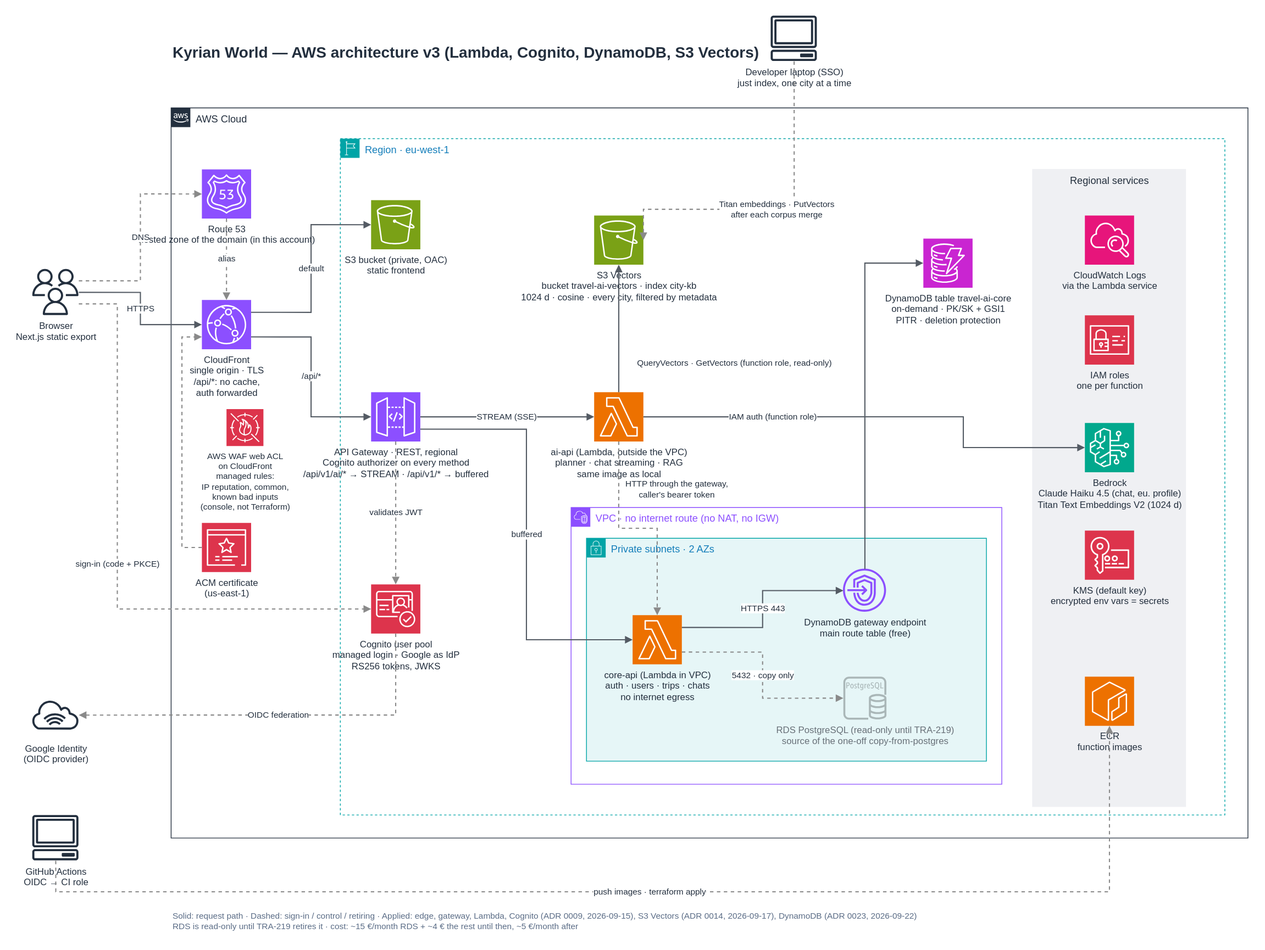
Above: docs/architecture/aws-architecture.drawio.svg in alexdesousa7/travel-ai-world (draw.io), before the change. Source tidied: cells renumbered, new cells last; positions are measured from the earlier drawing's top-left corner, leaving out a move shared by most shapes.
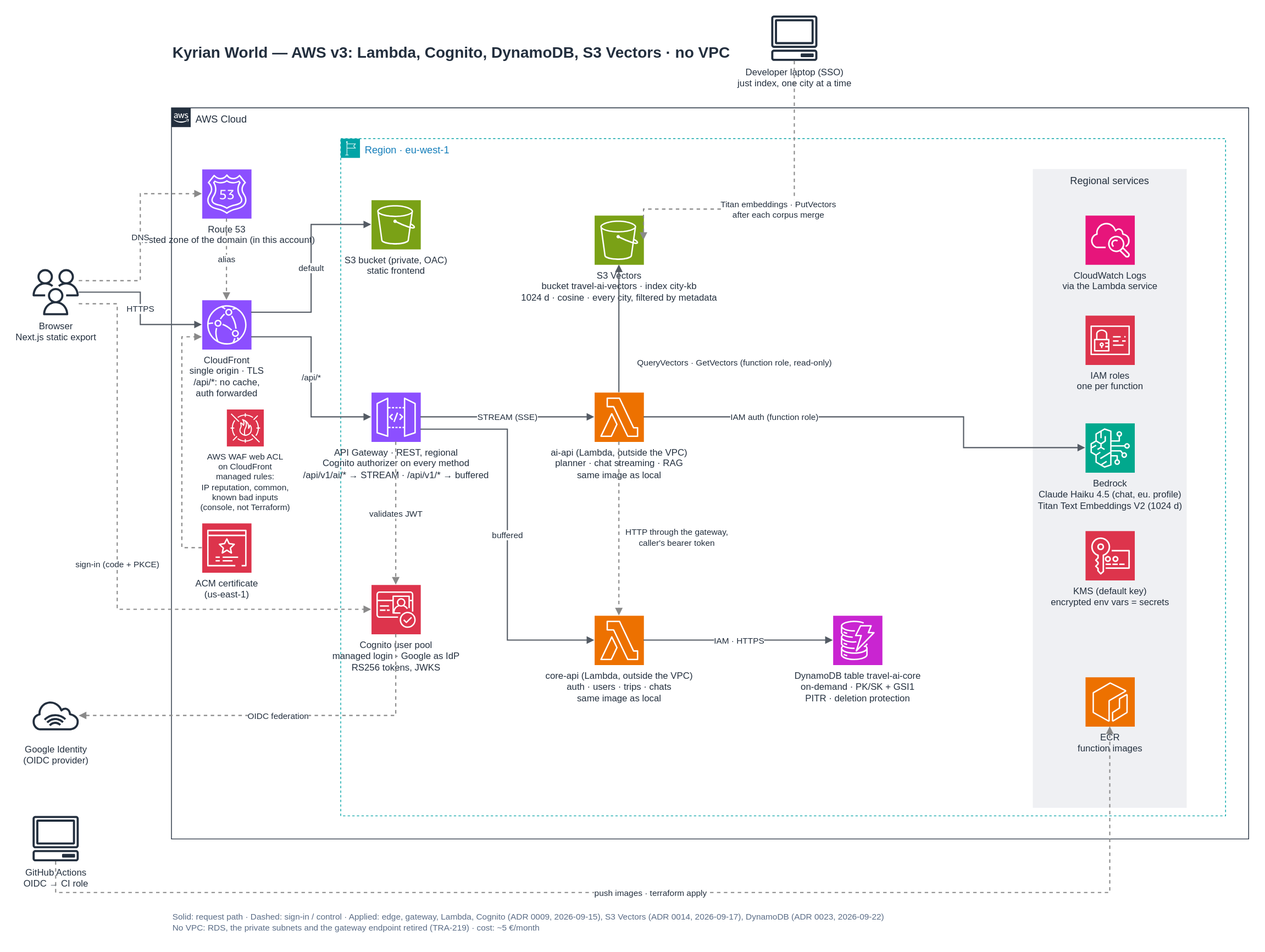
The same diagram one commit later.

Diff of the diagram source:
```diff
@@ -38,21 +38,9 @@
     <mxCell id="13" value="ai-api (Lambda, outside the VPC)&lt;br&gt;planner · chat streaming · RAG&lt;br&gt;same image as local" style="sketch=0;points=[[0,0,0],[0.25,0,0],[0.5,0,0],[0.75,0,0],[1,0,0],[0,1,0],[0.25,1,0],[0.5,1,0],[0.75,1,0],[1,1,0],[0,0.25,0],[0,0.5,0],[0,0.75,0],[1,0.25,0],[1,0.5,0],[1,0.75,0]];outlineConnect=0;fontColor=#232F3E;fillColor=#ED7100;strokeColor=#ffffff;dashed=0;verticalLabelPosition=bottom;verticalAlign=top;align=center;html=1;fontSize=12;fontStyle=0;shape=mxgraph.aws4.resourceIcon;resIcon=mxgraph.aws4.lambda;" parent="9" vertex="1">
       <mxGeometry x="330" y="330" width="64" height="64" as="geometry" />
     </mxCell>
-    <mxCell id="14" value="VPC · no internet route (no NAT, no IGW)" style="gradientColor=none;html=1;whiteSpace=wrap;fontSize=13;fontStyle=0;shape=mxgraph.aws4.group;grIcon=mxgraph.aws4.group_vpc2;verticalAlign=top;align=left;spacingLeft=30;strokeColor=#8C4FFF;fillColor=none;fontColor=#8C4FFF;dashed=0;" parent="9" vertex="1">
-      <mxGeometry x="300" y="480" width="560" height="360" as="geometry" />
-    </mxCell>
-    <mxCell id="15" value="Private subnets · 2 AZs" style="gradientColor=none;html=1;whiteSpace=wrap;fontSize=13;fontStyle=0;shape=mxgraph.aws4.group;grIcon=mxgraph.aws4.group_security_group;verticalAlign=top;align=left;spacingLeft=30;strokeColor=#00A4A6;fillColor=#E6F6F7;fontColor=#147EBA;dashed=0;" parent="14" vertex="1">
-      <mxGeometry x="20" y="40" width="520" height="290" as="geometry" />
-    </mxCell>
-    <mxCell id="16" value="core-api (Lambda in VPC)&lt;br&gt;auth · users · trips · chats&lt;br&gt;no internet egress" style="sketch=0;points=[[0,0,0],[0.25,0,0],[0.5,0,0],[0.75,0,0],[1,0,0],[0,1,0],[0.25,1,0],[0.5,1,0],[0.75,1,0],[1,1,0],[0,0.25,0],[0,0.5,0],[0,0.75,0],[1,0.25,0],[1,0.5,0],[1,0.75,0]];outlineConnect=0;fontColor=#232F3E;fillColor=#ED7100;strokeColor=#ffffff;dashed=0;verticalLabelPosition=bottom;verticalAlign=top;align=center;html=1;fontSize=12;fontStyle=0;shape=mxgraph.aws4.resourceIcon;resIcon=mxgraph.aws4.lambda;" parent="15" vertex="1">
-      <mxGeometry x="60" y="100" width="64" height="64" as="geometry" />
+    <mxCell id="16" value="core-api (Lambda, outside the VPC)&lt;br&gt;auth · users · trips · chats&lt;br&gt;same image as local" style="sketch=0;points=[[0,0,0],[0.25,0,0],[0.5,0,0],[0.75,0,0],[1,0,0],[0,1,0],[0.25,1,0],[0.5,1,0],[0.75,1,0],[1,1,0],[0,0.25,0],[0,0.5,0],[0,0.75,0],[1,0.25,0],[1,0.5,0],[1,0.75,0]];outlineConnect=0;fontColor=#232F3E;fillColor=#ED7100;strokeColor=#ffffff;dashed=0;verticalLabelPosition=bottom;verticalAlign=top;align=center;html=1;fontSize=12;fontStyle=0;shape=mxgraph.aws4.resourceIcon;resIcon=mxgraph.aws4.lambda;" parent="9" vertex="1">
+      <mxGeometry x="330" y="620" width="64" height="64" as="geometry" />
     </mxCell>
-    <mxCell id="17" value="RDS PostgreSQL (read-only until TRA-219)&lt;br&gt;source of the one-off copy-from-postgres" style="sketch=0;points=[[0,0,0],[0.25,0,0],[0.5,0,0],[0.75,0,0],[1,0,0],[0,1,0],[0.25,1,0],[0.5,1,0],[0.75,1,0],[1,1,0],[0,0.25,0],[0,0.5,0],[0,0.75,0],[1,0.25,0],[1,0.5,0],[1,0.75,0]];outlineConnect=0;fontColor=#687078;fillColor=#AAB7B8;strokeColor=#ffffff;dashed=0;verticalLabelPosition=bottom;verticalAlign=top;align=center;html=1;fontSize=12;fontStyle=0;shape=mxgraph.aws4.rds_postgresql_instance;" parent="15" vertex="1">
-      <mxGeometry x="334" y="180" width="56" height="56" as="geometry" />
-    </mxCell>
-    <mxCell id="18" value="DynamoDB gateway endpoint&lt;br&gt;main route table (free)" style="sketch=0;outlineConnect=0;fontColor=#232F3E;gradientColor=none;fillColor=#8C4FFF;strokeColor=none;dashed=0;verticalLabelPosition=bottom;verticalAlign=top;align=center;html=1;fontSize=12;fontStyle=0;shape=mxgraph.aws4.endpoints;" parent="15" vertex="1">
-      <mxGeometry x="334" y="40" width="56" height="56" as="geometry" />
-    </mxCell>
     <mxCell id="19" value="Regional services" style="fillColor=#EFF0F3;strokeColor=none;dashed=0;verticalAlign=top;fontStyle=0;fontSize=13;fontColor=#232F3D;whiteSpace=wrap;html=1;" parent="9" vertex="1">
       <mxGeometry x="900" y="40" width="200" height="830" as="geometry" />
     </mxCell>
@@ -75,7 +63,7 @@
       <mxGeometry x="330" y="100" width="64" height="64" as="geometry" />
     </mxCell>
     <mxCell id="26" value="DynamoDB table travel-ai-core&lt;br&gt;on-demand · PK/SK + GSI1&lt;br&gt;PITR · deletion protection" style="sketch=0;points=[[0,0,0],[0.25,0,0],[0.5,0,0],[0.75,0,0],[1,0,0],[0,1,0],[0.25,1,0],[0.5,1,0],[0.75,1,0],[1,1,0],[0,0.25,0],[0,0.5,0],[0,0.75,0],[1,0.25,0],[1,0.5,0],[1,0.75,0]];outlineConnect=0;fontColor=#232F3E;fillColor=#C925D1;strokeColor=#ffffff;dashed=0;verticalLabelPosition=bottom;verticalAlign=top;align=center;html=1;fontSize=12;fontStyle=0;shape=mxgraph.aws4.resourceIcon;resIcon=mxgraph.aws4.dynamodb;" parent="9" vertex="1">
-      <mxGeometry x="758" y="130" width="64" height="64" as="geometry" />
+      <mxGeometry x="640" y="620" width="64" height="64" as="geometry" />
     </mxCell>
     <mxCell id="27" value="AWS WAF web ACL&lt;br&gt;on CloudFront&lt;br&gt;managed rules:&lt;br&gt;IP reputation, common,&lt;br&gt;known bad inputs&lt;br&gt;(console, not Terraform)" style="sketch=0;fontColor=#232F3E;fillColor=#DD344C;strokeColor=#ffffff;dashed=0;verticalLabelPosition=bottom;verticalAlign=top;align=center;html=1;fontSize=11;fontStyle=0;shape=mxgraph.aws4.resourceIcon;resIcon=mxgraph.aws4.waf;" parent="5" vertex="1">
       <mxGeometry x="72" y="392" width="48" height="48" as="geometry" />
@@ -130,11 +118,8 @@
     <mxCell id="39" value="buffered" style="edgeStyle=orthogonalEdgeStyle;rounded=0;jettySize=auto;html=1;endArrow=block;endFill=1;strokeWidth=1.5;strokeColor=#545B64;fontColor=#232F3E;fontSize=11;labelBackgroundColor=#ffffff;dashed=0;exitX=1;exitY=0.75;exitDx=0;exitDy=0;entryX=0;entryY=0.5;entryDx=0;entryDy=0;" parent="1" edge="1" source="11" target="16">
       <mxGeometry relative="1" as="geometry" />
     </mxCell>
-    <mxCell id="40" value="5432 · copy only" style="edgeStyle=orthogonalEdgeStyle;rounded=0;jettySize=auto;html=1;endArrow=block;endFill=1;strokeWidth=1.5;strokeColor=#8a8a8a;fontColor=#232F3E;fontSize=11;labelBackgroundColor=#ffffff;dashed=1;exitX=1;exitY=0.75;exitDx=0;exitDy=0;entryX=0;entryY=0.5;entryDx=0;entryDy=0;" parent="1" edge="1" source="16" target="17">
-      <mxGeometry relative="1" as="geometry" />
-    </mxCell>
     <mxCell id="41" value="HTTP through the gateway,&lt;br&gt;caller's bearer token" style="edgeStyle=orthogonalEdgeStyle;rounded=0;jettySize=auto;html=1;endArrow=block;endFill=1;strokeWidth=1.5;strokeColor=#8a8a8a;fontColor=#232F3E;fontSize=11;labelBackgroundColor=#ffffff;dashed=1;exitX=0.5;exitY=1;exitDx=0;exitDy=0;entryX=0.5;entryY=0;entryDx=0;entryDy=0;" parent="1" edge="1" source="13" target="16">
-      <mxGeometry x="-0.55" relative="1" as="geometry">
+      <mxGeometry x="0.1" relative="1" as="geometry">
         <mxPoint x="75" as="offset" />
       </mxGeometry>
     </mxCell>
@@ -154,10 +139,10 @@
         </Array>
       </mxGeometry>
     </mxCell>
-    <mxCell id="44" value="Kyrian World — AWS architecture v3 (Lambda, Cognito, DynamoDB, S3 Vectors)" style="text;html=1;align=left;verticalAlign=middle;fontSize=20;fontStyle=1;fontColor=#232F3E;" parent="1" vertex="1">
+    <mxCell id="44" value="Kyrian World — AWS v3: Lambda, Cognito, DynamoDB, S3 Vectors · no VPC" style="text;html=1;align=left;verticalAlign=middle;fontSize=20;fontStyle=1;fontColor=#232F3E;" parent="1" vertex="1">
       <mxGeometry x="180" y="30" width="900" height="34" as="geometry" />
     </mxCell>
-    <mxCell id="45" value="Solid: request path · Dashed: sign-in / control / retiring · Applied: edge, gateway, Lambda, Cognito (ADR 0009, 2026-09-15), S3 Vectors (ADR 0014, 2026-09-17), DynamoDB (ADR 0023, 2026-09-22)&lt;br&gt;RDS is read-only until TRA-219 retires it · cost: ~15 €/month RDS + ~4 € the rest until then, ~5 €/month after" style="text;html=1;align=left;verticalAlign=middle;fontSize=11;fontColor=#5A6C86;" parent="1" vertex="1">
+    <mxCell id="45" value="Solid: request path · Dashed: sign-in / control · Applied: edge, gateway, Lambda, Cognito (ADR 0009, 2026-09-15), S3 Vectors (ADR 0014, 2026-09-17), DynamoDB (ADR 0023, 2026-09-22)&lt;br&gt;No VPC: RDS, the private subnets and the gateway endpoint retired (TRA-219) · cost: ~5 €/month" style="text;html=1;align=left;verticalAlign=middle;fontSize=11;fontColor=#5A6C86;" parent="1" vertex="1">
       <mxGeometry x="180" y="1160" width="1350" height="36" as="geometry" />
     </mxCell>
     <mxCell id="46" value="QueryVectors · GetVectors (function role, read-only)" style="edgeStyle=orthogonalEdgeStyle;rounded=0;jettySize=auto;html=1;endArrow=block;endFill=1;strokeWidth=1.5;strokeColor=#545B64;fontColor=#232F3E;fontSize=11;labelBackgroundColor=#ffffff;dashed=0;exitX=0.5;exitY=0;exitDx=0;exitDy=0;entryX=0.5;entryY=1;entryDx=0;entryDy=0;" parent="1" edge="1" source="13" target="25">
@@ -172,11 +157,8 @@
         </Array>
       </mxGeometry>
     </mxCell>
-    <mxCell id="48" value="HTTPS 443" style="edgeStyle=orthogonalEdgeStyle;rounded=0;jettySize=auto;html=1;endArrow=block;endFill=1;strokeWidth=1.5;strokeColor=#545B64;fontColor=#232F3E;fontSize=11;labelBackgroundColor=#ffffff;dashed=0;exitX=1;exitY=0.25;exitDx=0;exitDy=0;entryX=0;entryY=0.5;entryDx=0;entryDy=0;" parent="1" edge="1" source="16" target="18">
-      <mxGeometry relative="1" as="geometry" />
-    </mxCell>
-    <mxCell id="49" style="edgeStyle=orthogonalEdgeStyle;rounded=0;jettySize=auto;html=1;endArrow=block;endFill=1;strokeWidth=1.5;strokeColor=#545B64;fontColor=#232F3E;fontSize=11;labelBackgroundColor=#ffffff;dashed=0;exitX=0.5;exitY=0;exitDx=0;exitDy=0;entryX=0;entryY=0.5;entryDx=0;entryDy=0;" parent="1" edge="1" source="18" target="26">
-      <mxGeometry relative="1" as="geometry" />
-    </mxCell>
+    <mxCell id="50" value="IAM · HTTPS" style="edgeStyle=orthogonalEdgeStyle;rounded=0;jettySize=auto;html=1;endArrow=block;endFill=1;strokeWidth=1.5;strokeColor=#545B64;fontColor=#232F3E;fontSize=11;labelBackgroundColor=#ffffff;dashed=0;exitX=1;exitY=0.5;exitDx=0;exitDy=0;entryX=0;entryY=0.5;entryDx=0;entryDy=0;" parent="1" edge="1" source="16" target="26">
+      <mxGeometry relative="1" as="geometry" />
+    </mxCell>
   </root>
 </mxGraphModel>
```
